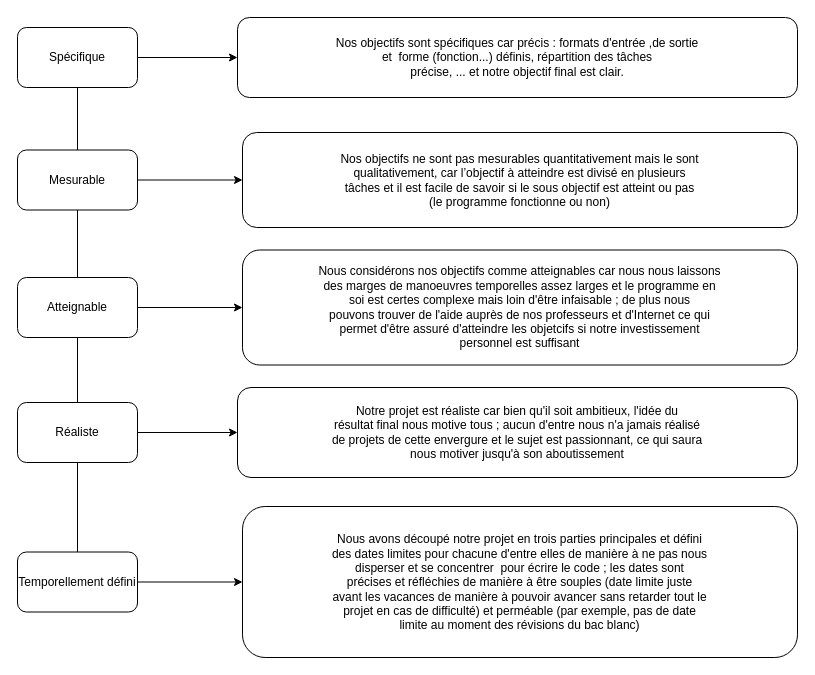
This is sprint_1/smart.drawio from loune20/isn-classification-bayesienne-naive, a draw.io file, before an edit. Source tidied: cells renumbered, new cells numbered last; positions are measured from the earlier drawing's top-left corner, leaving out a move shared by most shapes. Both pictures are drawn from the tidied source at 100%, with x=0, y=0 at pixel (17, 17).
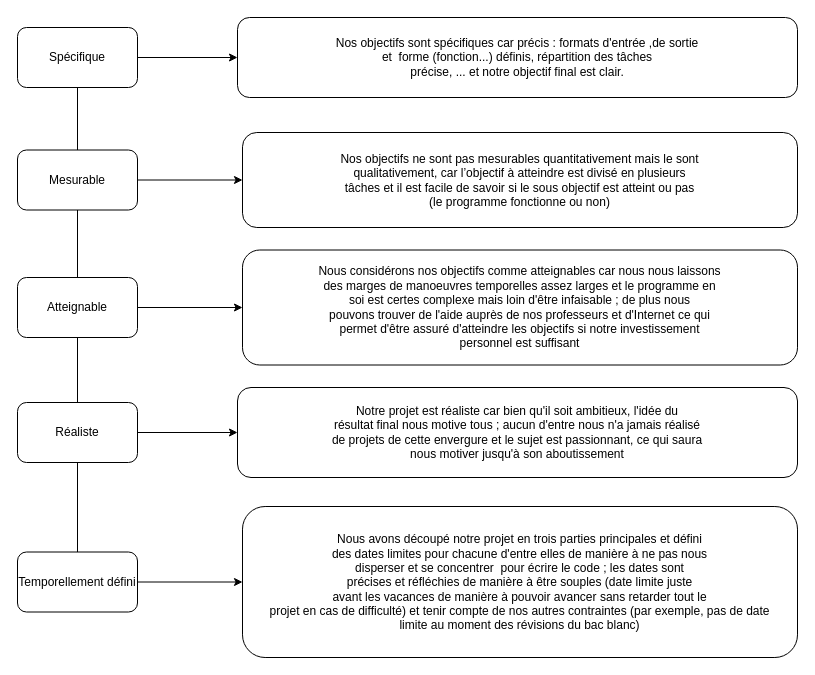
After the change.

The edit, as a diff of the source:
```diff
@@
-    <mxCell id="18" value="Nous considérons nos objectifs comme atteignables car nous nous laissons&lt;br&gt; des marges de manoeuvres temporelles assez larges et le programme en &lt;br&gt;soi est certes complexe mais loin d'être infaisable ; de plus nous &lt;br&gt;pouvons trouver de l'aide auprès de nos professeurs et d'Internet ce qui&lt;br&gt; permet d'être assuré d'atteindre les objetcifs si notre investissement&lt;br&gt; personnel est suffisant" style="rounded=1;whiteSpace=wrap;html=1;" parent="1" vertex="1">
+    <mxCell id="18" value="Nous considérons nos objectifs comme atteignables car nous nous laissons&lt;br&gt; des marges de manoeuvres temporelles assez larges et le programme en &lt;br&gt;soi est certes complexe mais loin d'être infaisable ; de plus nous &lt;br&gt;pouvons trouver de l'aide auprès de nos professeurs et d'Internet ce qui&lt;br&gt; permet d'être assuré d'atteindre les objectifs si notre investissement&lt;br&gt; personnel est suffisant" style="rounded=1;whiteSpace=wrap;html=1;" parent="1" vertex="1">
       <mxGeometry x="225" y="232.5" width="555" height="115" as="geometry" />
     </mxCell>
@@
-    <mxCell id="20" value="Nous avons découpé notre projet en trois parties principales et défini &lt;br/&gt;des dates limites pour chacune d'entre elles de manière à ne pas nous &lt;br/&gt;disperser et se concentrer&amp;nbsp; pour écrire le code ; les dates sont &lt;br/&gt;précises et réfléchies de manière à être souples (date limite juste &lt;br/&gt;avant les vacances de manière à pouvoir avancer sans retarder tout le &lt;br/&gt;projet en cas de difficulté) et perméable (par exemple, pas de date &lt;br/&gt;limite au moment des révisions du bac blanc)" style="rounded=1;whiteSpace=wrap;html=1;" parent="1" vertex="1">
+    <mxCell id="20" value="Nous avons découpé notre projet en trois parties principales et défini &lt;br&gt;des dates limites pour chacune d'entre elles de manière à ne pas nous &lt;br&gt;disperser et se concentrer&amp;nbsp; pour écrire le code ; les dates sont &lt;br&gt;précises et réfléchies de manière à être souples (date limite juste &lt;br&gt;avant les vacances de manière à pouvoir avancer sans retarder tout le &lt;br&gt;projet en cas de difficulté) et tenir compte de nos autres contraintes (par exemple, pas de date &lt;br&gt;limite au moment des révisions du bac blanc)" style="rounded=1;whiteSpace=wrap;html=1;" parent="1" vertex="1">
       <mxGeometry x="225" y="489" width="555" height="151" as="geometry" />
     </mxCell>
```
